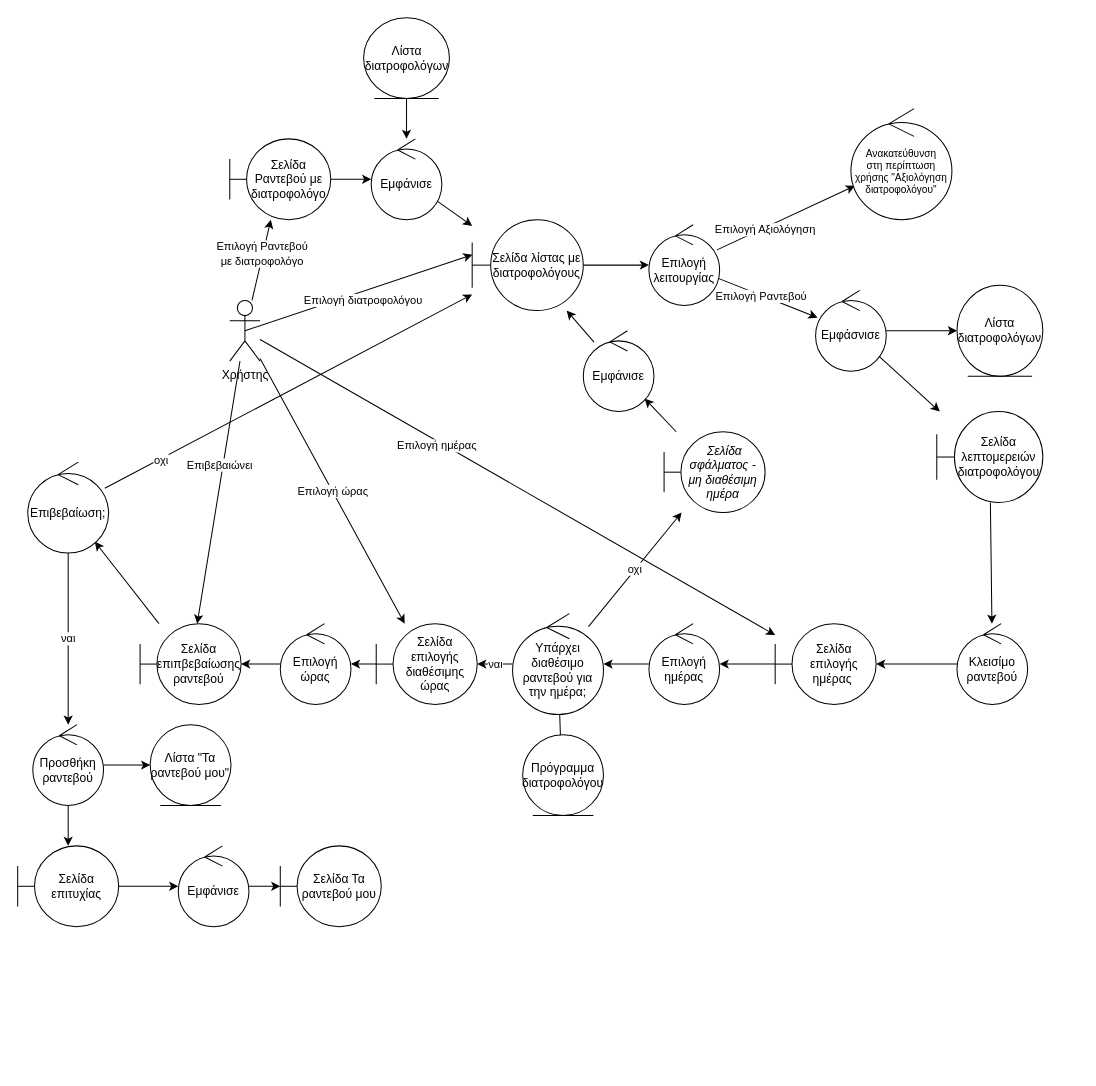
Earlier version of the draw.io diagram ΤΡΙΤΟ ΠΑΡΑΔΟΤΕΟ/Robustness-diagrams_v0.1/rd_ραντεβού_με_διατροφολόγο.drawio (Dionkaps/Eu-Zin). Source tidied: cells renumbered, new cells numbered last; positions are measured from the earlier drawing's top-left corner, leaving out a move shared by most shapes. Both pictures are drawn from the tidied source at 101%, with x=0, y=0 at pixel (17, 17).
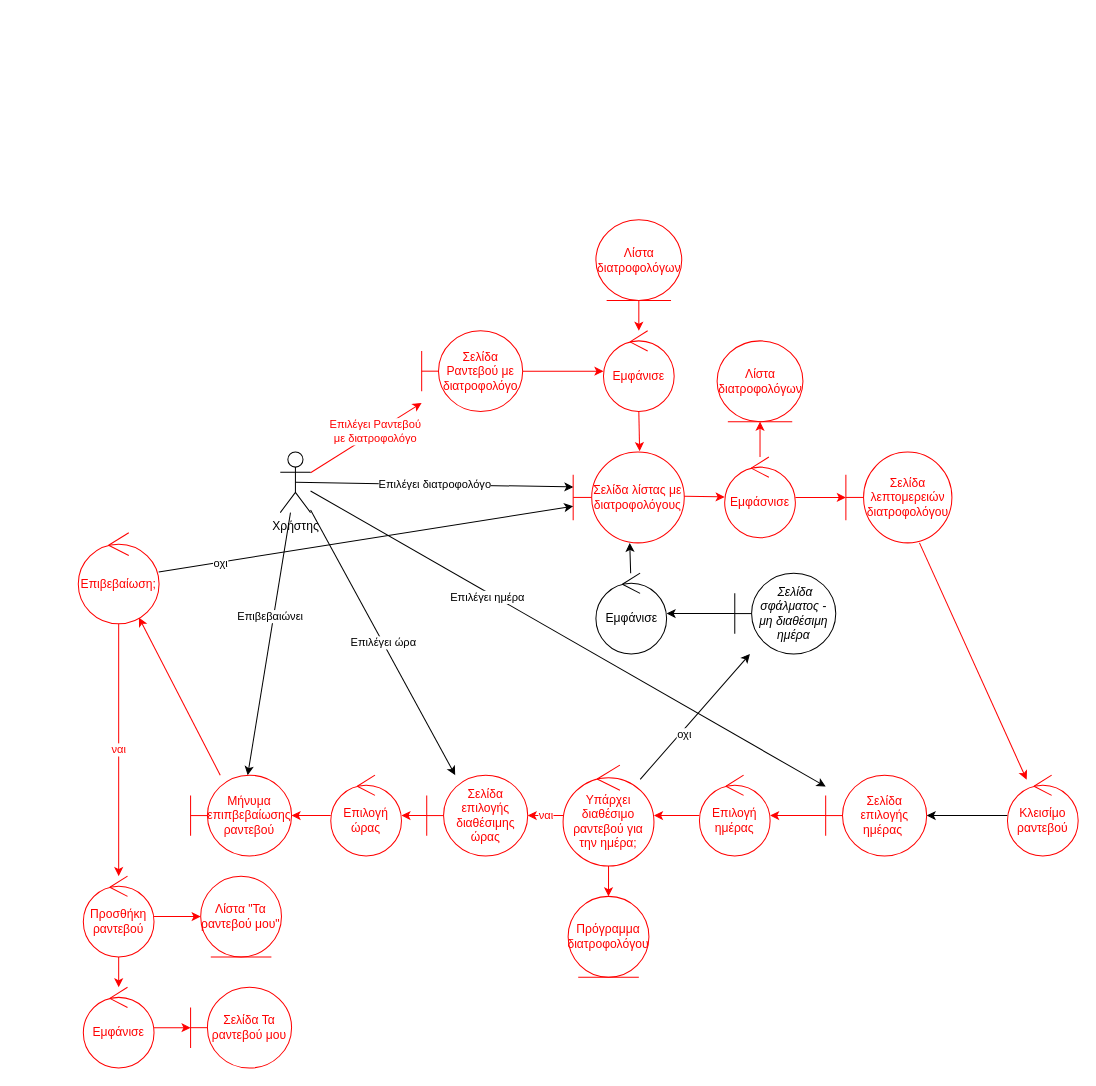
Above is the later version.

The change refers to these unchanged cells:
```xml
<mxCell id="4" style="rounded=0;jettySize=auto;html=1;exitX=0.5;exitY=0.5;exitDx=0;exitDy=0;exitPerimeter=0;entryX=0.002;entryY=0.385;entryDx=0;entryDy=0;entryPerimeter=0;" parent="1" edge="1" source="11" target="19">
  <mxGeometry relative="1" as="geometry" />
</mxCell>
<mxCell id="6" style="rounded=0;jettySize=auto;html=1;" parent="1" edge="1" source="11" target="35">
  <mxGeometry relative="1" as="geometry" />
</mxCell>
```

Diff of the diagram source:
```diff
@@
-    <mxCell id="2" style="rounded=0;jettySize=auto;html=1;" parent="1" edge="1" source="11" target="13">
+    <mxCell id="2" style="rounded=0;jettySize=auto;html=1;strokeColor=#FF0000;" parent="1" edge="1" source="11" target="13">
       <mxGeometry relative="1" as="geometry" />
     </mxCell>
-    <mxCell id="3" value="Επιλογή Ραντεβού &lt;br&gt;με διατροφολόγο" style="edgeLabel;html=1;align=center;verticalAlign=middle;" parent="2" vertex="1">
+    <mxCell id="3" value="&lt;font color=&quot;#ff0000&quot;&gt;Επιλέγει Ραντεβού &lt;br&gt;με διατροφολόγο&lt;/font&gt;" style="edgeLabel;html=1;align=center;verticalAlign=middle;" parent="2" vertex="1">
       <mxGeometry x="0.17" y="1" relative="1" as="geometry" />
     </mxCell>
@@
-    <mxCell id="5" value="Επιλογή διατροφολόγου" style="edgeLabel;html=1;align=center;verticalAlign=middle;" parent="4" vertex="1">
+    <mxCell id="5" value="Επιλέγει διατροφολόγο" style="edgeLabel;html=1;align=center;verticalAlign=middle;" parent="4" vertex="1">
       <mxGeometry x="-0.18" relative="1" as="geometry">
         <mxPoint x="25" as="offset" />
       </mxGeometry>
     </mxCell>
@@
-    <mxCell id="7" value="Επιλογή ημέρας" style="edgeLabel;html=1;align=center;verticalAlign=middle;" parent="6" vertex="1">
+    <mxCell id="7" value="Επιλέγει ημέρα" style="edgeLabel;html=1;align=center;verticalAlign=middle;" parent="6" vertex="1">
       <mxGeometry x="-0.31" y="-3" relative="1" as="geometry">
         <mxPoint y="1" as="offset" />
       </mxGeometry>
     </mxCell>
-    <mxCell id="8" value="Επιλογή ώρας" style="rounded=0;jettySize=auto;html=1;" parent="1" edge="1" source="11" target="48">
+    <mxCell id="8" value="Επιλέγει ώρα" style="rounded=0;jettySize=auto;html=1;" parent="1" edge="1" source="11" target="48">
       <mxGeometry relative="1" as="geometry" />
     </mxCell>
@@
     <mxCell id="11" value="Χρήστης" style="shape=umlActor;verticalLabelPosition=bottom;verticalAlign=top;html=1;" parent="1" vertex="1">
-      <mxGeometry x="210" y="280" width="30" height="60" as="geometry" />
+      <mxGeometry x="260" y="430" width="30" height="60" as="geometry" />
     </mxCell>
-    <mxCell id="12" style="rounded=0;jettySize=auto;html=1;" parent="1" edge="1" source="13" target="15">
+    <mxCell id="12" style="rounded=0;jettySize=auto;html=1;strokeColor=#FF0000;" parent="1" edge="1" source="13" target="15">
       <mxGeometry relative="1" as="geometry" />
     </mxCell>
-    <mxCell id="13" value="Σελίδα Ραντεβού με διατροφολόγο" style="shape=umlBoundary;whiteSpace=wrap;html=1;" parent="1" vertex="1">
-      <mxGeometry x="210" y="120" width="100" height="80" as="geometry" />
+    <mxCell id="13" value="&lt;font color=&quot;#ff0000&quot;&gt;Σελίδα Ραντεβού με διατροφολόγο&lt;/font&gt;" style="shape=umlBoundary;whiteSpace=wrap;html=1;strokeColor=#ff0000;" parent="1" vertex="1">
+      <mxGeometry x="400" y="310" width="100" height="80" as="geometry" />
     </mxCell>
-    <mxCell id="14" style="rounded=0;jettySize=auto;html=1;" parent="1" edge="1" source="15" target="19">
+    <mxCell id="14" style="rounded=0;jettySize=auto;html=1;entryX=0.598;entryY=-0.009;entryDx=0;entryDy=0;entryPerimeter=0;strokeColor=#FF0000;" parent="1" edge="1" source="15" target="19">
       <mxGeometry relative="1" as="geometry" />
     </mxCell>
-    <mxCell id="15" value="Εμφάνισε" style="ellipse;shape=umlControl;whiteSpace=wrap;html=1;" parent="1" vertex="1">
-      <mxGeometry x="350" y="120" width="70" height="80" as="geometry" />
+    <mxCell id="15" value="&lt;font color=&quot;#ff0000&quot;&gt;Εμφάνισε&lt;/font&gt;" style="ellipse;shape=umlControl;whiteSpace=wrap;html=1;strokeColor=#ff0000;" parent="1" vertex="1">
+      <mxGeometry x="580" y="310" width="70" height="80" as="geometry" />
     </mxCell>
-    <mxCell id="16" style="rounded=0;jettySize=auto;html=1;" parent="1" edge="1" source="17" target="15">
+    <mxCell id="16" style="rounded=0;jettySize=auto;html=1;strokeColor=#FF0000;" parent="1" edge="1" source="17" target="15">
       <mxGeometry relative="1" as="geometry" />
     </mxCell>
-    <mxCell id="17" value="Λίστα διατροφολόγων" style="ellipse;shape=umlEntity;whiteSpace=wrap;html=1;" parent="1" vertex="1">
-      <mxGeometry x="342.5" width="85" height="80" as="geometry" />
+    <mxCell id="17" value="&lt;font color=&quot;#ff0000&quot;&gt;Λίστα διατροφολόγων&lt;/font&gt;" style="ellipse;shape=umlEntity;whiteSpace=wrap;html=1;strokeColor=#FF0000;" parent="1" vertex="1">
+      <mxGeometry x="572.5" y="200" width="85" height="80" as="geometry" />
     </mxCell>
-    <mxCell id="18" style="rounded=0;jettySize=auto;html=1;" parent="1" edge="1" source="19" target="24">
-      <mxGeometry relative="1" as="geometry" />
-    </mxCell>
-    <mxCell id="19" value="Σελίδα λίστας με διατροφολόγους" style="shape=umlBoundary;whiteSpace=wrap;html=1;" parent="1" vertex="1">
-      <mxGeometry x="450" y="200" width="110" height="90" as="geometry" />
+    <mxCell id="19" value="&lt;font color=&quot;#ff0000&quot;&gt;Σελίδα λίστας με διατροφολόγους&lt;/font&gt;" style="shape=umlBoundary;whiteSpace=wrap;html=1;strokeColor=#FF0000;" parent="1" vertex="1">
+      <mxGeometry x="550" y="430" width="110" height="90" as="geometry" />
     </mxCell>
-    <mxCell id="20" style="rounded=0;jettySize=auto;html=1;" parent="1" edge="1" source="24" target="25">
-      <mxGeometry relative="1" as="geometry" />
-    </mxCell>
-    <mxCell id="21" value="Επιλογή Αξιολόγηση" style="edgeLabel;html=1;align=center;verticalAlign=middle;" parent="20" vertex="1">
-      <mxGeometry x="-0.32" y="-1" relative="1" as="geometry" />
-    </mxCell>
-    <mxCell id="22" style="rounded=0;jettySize=auto;html=1;" parent="1" edge="1" source="24" target="30">
+    <mxCell id="22" style="rounded=0;jettySize=auto;html=1;exitX=0.999;exitY=0.488;exitDx=0;exitDy=0;exitPerimeter=0;strokeColor=#FF0000;" parent="1" edge="1" source="19" target="30">
       <mxGeometry relative="1" as="geometry" />
     </mxCell>
-    <mxCell id="23" value="Επιλογή Ραντεβού" style="edgeLabel;html=1;align=center;verticalAlign=middle;" parent="22" vertex="1">
-      <mxGeometry x="-0.13" y="-1" relative="1" as="geometry" />
-    </mxCell>
-    <mxCell id="24" value="Επιλογή λειτουργίας" style="ellipse;shape=umlControl;whiteSpace=wrap;html=1;" parent="1" vertex="1">
-      <mxGeometry x="625" y="205" width="70" height="80" as="geometry" />
-    </mxCell>
-    <mxCell id="25" value="Ανακατεύθυνση&lt;br style=&quot;font-size: 10px;&quot;&gt;στη περίπτωση χρήσης &quot;Αξιολόγηση διατροφολόγου&quot;" style="ellipse;shape=umlControl;whiteSpace=wrap;html=1;fontSize=10;" parent="1" vertex="1">
-      <mxGeometry x="825" y="90" width="100" height="110" as="geometry" />
-    </mxCell>
-    <mxCell id="26" style="rounded=0;jettySize=auto;html=1;" parent="1" edge="1" source="27" target="33">
+    <mxCell id="26" style="rounded=0;jettySize=auto;html=1;strokeColor=#FF0000;" parent="1" edge="1" source="27" target="33">
       <mxGeometry relative="1" as="geometry" />
     </mxCell>
-    <mxCell id="27" value="Σελίδα λεπτομερειών διατροφολόγου" style="shape=umlBoundary;whiteSpace=wrap;html=1;" parent="1" vertex="1">
-      <mxGeometry x="910" y="390" width="105" height="90" as="geometry" />
+    <mxCell id="27" value="&lt;font color=&quot;#ff0000&quot;&gt;Σελίδα λεπτομερειών διατροφολόγου&lt;/font&gt;" style="shape=umlBoundary;whiteSpace=wrap;html=1;strokeColor=#FF0000;" parent="1" vertex="1">
+      <mxGeometry x="820" y="430" width="105" height="90" as="geometry" />
     </mxCell>
-    <mxCell id="28" style="rounded=0;jettySize=auto;html=1;" parent="1" edge="1" source="30" target="31">
+    <mxCell id="28" style="rounded=0;jettySize=auto;html=1;strokeColor=#FF0000;" parent="1" edge="1" source="30" target="31">
       <mxGeometry relative="1" as="geometry" />
     </mxCell>
-    <mxCell id="29" style="rounded=0;jettySize=auto;html=1;" parent="1" edge="1" source="30" target="27">
+    <mxCell id="29" style="rounded=0;jettySize=auto;html=1;strokeColor=#FF0000;" parent="1" edge="1" source="30" target="27">
       <mxGeometry relative="1" as="geometry" />
     </mxCell>
-    <mxCell id="30" value="Εμφάσνισε" style="ellipse;shape=umlControl;whiteSpace=wrap;html=1;" parent="1" vertex="1">
-      <mxGeometry x="790" y="270" width="70" height="80" as="geometry" />
+    <mxCell id="30" value="&lt;font color=&quot;#ff0000&quot;&gt;Εμφάσνισε&lt;/font&gt;" style="ellipse;shape=umlControl;whiteSpace=wrap;html=1;strokeColor=#FF0000;" parent="1" vertex="1">
+      <mxGeometry x="700" y="435" width="70" height="80" as="geometry" />
     </mxCell>
-    <mxCell id="31" value="Λίστα διατροφολόγων" style="ellipse;shape=umlEntity;whiteSpace=wrap;html=1;" parent="1" vertex="1">
-      <mxGeometry x="930" y="265" width="85" height="90" as="geometry" />
+    <mxCell id="31" value="&lt;font color=&quot;#ff0000&quot;&gt;Λίστα διατροφολόγων&lt;/font&gt;" style="ellipse;shape=umlEntity;whiteSpace=wrap;html=1;strokeColor=#FF0000;" parent="1" vertex="1">
+      <mxGeometry x="692.5" y="320" width="85" height="80" as="geometry" />
     </mxCell>
@@
-    <mxCell id="33" value="Κλεισίμο ραντεβού" style="ellipse;shape=umlControl;whiteSpace=wrap;html=1;" parent="1" vertex="1">
-      <mxGeometry x="930" y="600" width="70" height="80" as="geometry" />
+    <mxCell id="33" value="&lt;font color=&quot;#ff0000&quot;&gt;Κλεισίμο ραντεβού&lt;/font&gt;" style="ellipse;shape=umlControl;whiteSpace=wrap;html=1;strokeColor=#FF0000;" parent="1" vertex="1">
+      <mxGeometry x="980" y="750" width="70" height="80" as="geometry" />
     </mxCell>
-    <mxCell id="34" style="edgeStyle=orthogonalEdgeStyle;rounded=0;jettySize=auto;html=1;" parent="1" edge="1" source="35" target="37">
+    <mxCell id="34" style="edgeStyle=orthogonalEdgeStyle;rounded=0;jettySize=auto;html=1;strokeColor=#FF0000;" parent="1" edge="1" source="35" target="37">
       <mxGeometry relative="1" as="geometry" />
     </mxCell>
-    <mxCell id="35" value="Σελίδα επιλογής ημέρας&amp;nbsp;" style="shape=umlBoundary;whiteSpace=wrap;html=1;" parent="1" vertex="1">
-      <mxGeometry x="750" y="600" width="100" height="80" as="geometry" />
+    <mxCell id="35" value="&lt;font color=&quot;#ff0000&quot;&gt;Σελίδα επιλογής ημέρας&amp;nbsp;&lt;/font&gt;" style="shape=umlBoundary;whiteSpace=wrap;html=1;strokeColor=#FF0000;" parent="1" vertex="1">
+      <mxGeometry x="800" y="750" width="100" height="80" as="geometry" />
     </mxCell>
-    <mxCell id="36" style="edgeStyle=orthogonalEdgeStyle;rounded=0;jettySize=auto;html=1;" parent="1" edge="1" source="37" target="41">
+    <mxCell id="36" style="edgeStyle=orthogonalEdgeStyle;rounded=0;jettySize=auto;html=1;strokeColor=#FF0000;" parent="1" edge="1" source="37" target="41">
       <mxGeometry relative="1" as="geometry" />
     </mxCell>
-    <mxCell id="37" value="Επιλογή ημέρας" style="ellipse;shape=umlControl;whiteSpace=wrap;html=1;" parent="1" vertex="1">
-      <mxGeometry x="625" y="600" width="70" height="80" as="geometry" />
+    <mxCell id="37" value="&lt;font color=&quot;#ff0000&quot;&gt;Επιλογή ημέρας&lt;/font&gt;" style="ellipse;shape=umlControl;whiteSpace=wrap;html=1;strokeColor=#FF0000;" parent="1" vertex="1">
+      <mxGeometry x="675" y="750" width="70" height="80" as="geometry" />
     </mxCell>
-    <mxCell id="38" style="rounded=0;jettySize=auto;html=1;entryX=0.5;entryY=1;entryDx=0;entryDy=0;" parent="1" edge="1" source="41" target="42">
+    <mxCell id="38" style="rounded=0;jettySize=auto;html=1;entryX=0.5;entryY=0;entryDx=0;entryDy=0;endArrow=classic;endFill=1;strokeColor=#FF0000;" parent="1" edge="1" source="41" target="42">
       <mxGeometry relative="1" as="geometry" />
     </mxCell>
     <mxCell id="39" value="οχι" style="rounded=0;jettySize=auto;html=1;" parent="1" edge="1" source="41" target="44">
-      <mxGeometry relative="1" as="geometry" />
+      <mxGeometry x="-0.25" y="-4" relative="1" as="geometry" />
     </mxCell>
-    <mxCell id="40" value="ναι" style="edgeStyle=orthogonalEdgeStyle;rounded=0;jettySize=auto;html=1;" parent="1" edge="1" source="41" target="48">
+    <mxCell id="40" value="&lt;font color=&quot;#ff0000&quot;&gt;ναι&lt;/font&gt;" style="edgeStyle=orthogonalEdgeStyle;rounded=0;jettySize=auto;html=1;strokeColor=#FF0000;" parent="1" edge="1" source="41" target="48">
       <mxGeometry relative="1" as="geometry" />
     </mxCell>
-    <mxCell id="41" value="Υπάρχει διαθέσιμο ραντεβού για την ημέρα;" style="ellipse;shape=umlControl;whiteSpace=wrap;html=1;" parent="1" vertex="1">
-      <mxGeometry x="490" y="590" width="90" height="100" as="geometry" />
+    <mxCell id="41" value="&lt;font color=&quot;#ff0000&quot;&gt;Υπάρχει διαθέσιμο ραντεβού για την ημέρα;&lt;/font&gt;" style="ellipse;shape=umlControl;whiteSpace=wrap;html=1;strokeColor=#FF0000;" parent="1" vertex="1">
+      <mxGeometry x="540" y="740" width="90" height="100" as="geometry" />
     </mxCell>
-    <mxCell id="42" value="Πρόγραμμα διατροφολόγου" style="ellipse;shape=umlEntity;whiteSpace=wrap;html=1;" parent="1" vertex="1">
-      <mxGeometry x="500" y="710" width="80" height="80" as="geometry" />
+    <mxCell id="42" value="&lt;font color=&quot;#ff0000&quot;&gt;Πρόγραμμα διατροφολόγου&lt;/font&gt;" style="ellipse;shape=umlEntity;whiteSpace=wrap;html=1;strokeColor=#FF0000;" parent="1" vertex="1">
+      <mxGeometry x="545" y="870" width="80" height="80" as="geometry" />
     </mxCell>
@@
     <mxCell id="44" value="&lt;i&gt;&amp;nbsp;Σελίδα σφάλματος - μη διαθέσιμη ημέρα&lt;/i&gt;" style="shape=umlBoundary;whiteSpace=wrap;html=1;" parent="1" vertex="1">
-      <mxGeometry x="640" y="410" width="100" height="80" as="geometry" />
+      <mxGeometry x="710" y="550" width="100" height="80" as="geometry" />
     </mxCell>
@@
     <mxCell id="46" value="Εμφάνισε" style="ellipse;shape=umlControl;whiteSpace=wrap;html=1;" parent="1" vertex="1">
-      <mxGeometry x="560" y="310" width="70" height="80" as="geometry" />
+      <mxGeometry x="572.5" y="550" width="70" height="80" as="geometry" />
     </mxCell>
-    <mxCell id="47" style="edgeStyle=orthogonalEdgeStyle;rounded=0;jettySize=auto;html=1;" parent="1" edge="1" source="48" target="50">
+    <mxCell id="47" style="edgeStyle=orthogonalEdgeStyle;rounded=0;jettySize=auto;html=1;strokeColor=#FF0000;" parent="1" edge="1" source="48" target="50">
       <mxGeometry relative="1" as="geometry" />
     </mxCell>
-    <mxCell id="48" value="Σελίδα επιλογής διαθέσιμης ώρας" style="shape=umlBoundary;whiteSpace=wrap;html=1;" parent="1" vertex="1">
-      <mxGeometry x="355" y="600" width="100" height="80" as="geometry" />
+    <mxCell id="48" value="&lt;font color=&quot;#ff0000&quot;&gt;Σελίδα επιλογής διαθέσιμης ώρας&lt;/font&gt;" style="shape=umlBoundary;whiteSpace=wrap;html=1;strokeColor=#FF0000;" parent="1" vertex="1">
+      <mxGeometry x="405" y="750" width="100" height="80" as="geometry" />
     </mxCell>
-    <mxCell id="49" style="edgeStyle=orthogonalEdgeStyle;rounded=0;jettySize=auto;html=1;" parent="1" edge="1" source="50" target="52">
+    <mxCell id="49" style="edgeStyle=orthogonalEdgeStyle;rounded=0;jettySize=auto;html=1;strokeColor=#FF0000;" parent="1" edge="1" source="50" target="52">
       <mxGeometry relative="1" as="geometry" />
     </mxCell>
-    <mxCell id="50" value="Επιλογή ώρας" style="ellipse;shape=umlControl;whiteSpace=wrap;html=1;" parent="1" vertex="1">
-      <mxGeometry x="260" y="600" width="70" height="80" as="geometry" />
+    <mxCell id="50" value="&lt;font color=&quot;#ff0000&quot;&gt;Επιλογή ώρας&lt;/font&gt;" style="ellipse;shape=umlControl;whiteSpace=wrap;html=1;strokeColor=#FF0000;" parent="1" vertex="1">
+      <mxGeometry x="310" y="750" width="70" height="80" as="geometry" />
     </mxCell>
-    <mxCell id="51" style="rounded=0;jettySize=auto;html=1;" parent="1" edge="1" source="52" target="56">
+    <mxCell id="51" style="rounded=0;jettySize=auto;html=1;strokeColor=#FF0000;" parent="1" edge="1" source="52" target="56">
       <mxGeometry relative="1" as="geometry" />
     </mxCell>
-    <mxCell id="52" value="Σελίδα επιπβεβαίωσης ραντεβού" style="shape=umlBoundary;whiteSpace=wrap;html=1;" parent="1" vertex="1">
-      <mxGeometry x="121.2" y="600" width="100" height="80" as="geometry" />
+    <mxCell id="52" value="&lt;font color=&quot;#ff0000&quot;&gt;Μήνυμα επιπβεβαίωσης ραντεβού&lt;/font&gt;" style="shape=umlBoundary;whiteSpace=wrap;html=1;strokeColor=#FF0000;" parent="1" vertex="1">
+      <mxGeometry x="171.2" y="750" width="100" height="80" as="geometry" />
     </mxCell>
@@
-    <mxCell id="55" value="ναι" style="edgeStyle=orthogonalEdgeStyle;rounded=0;jettySize=auto;html=1;" parent="1" edge="1" source="56" target="59">
+    <mxCell id="55" value="&lt;font color=&quot;#ff0000&quot;&gt;ναι&lt;/font&gt;" style="edgeStyle=orthogonalEdgeStyle;rounded=0;jettySize=auto;html=1;strokeColor=#FF0000;" parent="1" edge="1" source="56" target="59">
       <mxGeometry relative="1" as="geometry" />
     </mxCell>
-    <mxCell id="56" value="Επιβεβαίωση;" style="ellipse;shape=umlControl;whiteSpace=wrap;html=1;" parent="1" vertex="1">
-      <mxGeometry x="10" y="440" width="80" height="90" as="geometry" />
+    <mxCell id="56" value="&lt;font color=&quot;#ff0000&quot;&gt;Επιβεβαίωση;&lt;/font&gt;" style="ellipse;shape=umlControl;whiteSpace=wrap;html=1;strokeColor=#FF0000;" parent="1" vertex="1">
+      <mxGeometry x="60" y="510" width="80" height="90" as="geometry" />
     </mxCell>
-    <mxCell id="57" style="edgeStyle=orthogonalEdgeStyle;rounded=0;jettySize=auto;html=1;" parent="1" edge="1" source="59" target="60">
+    <mxCell id="57" style="edgeStyle=orthogonalEdgeStyle;rounded=0;jettySize=auto;html=1;strokeColor=#FF0000;" parent="1" edge="1" source="59" target="60">
       <mxGeometry relative="1" as="geometry" />
     </mxCell>
-    <mxCell id="58" style="edgeStyle=orthogonalEdgeStyle;rounded=0;jettySize=auto;html=1;" parent="1" edge="1" source="59" target="62">
-      <mxGeometry relative="1" as="geometry" />
-    </mxCell>
+    <mxCell id="66" style="edgeStyle=none;rounded=0;jettySize=auto;html=1;strokeColor=#FF0000;fontColor=#FF0000;" parent="1" edge="1" source="59" target="64">
+      <mxGeometry relative="1" as="geometry" />
+    </mxCell>
-    <mxCell id="59" value="Προσθήκη ραντεβού" style="ellipse;shape=umlControl;whiteSpace=wrap;html=1;" parent="1" vertex="1">
-      <mxGeometry x="15" y="700" width="70" height="80" as="geometry" />
+    <mxCell id="59" value="&lt;font color=&quot;#ff0000&quot;&gt;Προσθήκη ραντεβού&lt;/font&gt;" style="ellipse;shape=umlControl;whiteSpace=wrap;html=1;strokeColor=#FF0000;" parent="1" vertex="1">
+      <mxGeometry x="65" y="850" width="70" height="80" as="geometry" />
     </mxCell>
-    <mxCell id="60" value="Λίστα &quot;Τα ραντεβού μου&quot;" style="ellipse;shape=umlEntity;whiteSpace=wrap;html=1;" parent="1" vertex="1">
-      <mxGeometry x="131.2" y="700" width="80" height="80" as="geometry" />
+    <mxCell id="60" value="&lt;font color=&quot;#ff0000&quot;&gt;Λίστα &quot;Τα ραντεβού μου&quot;&lt;/font&gt;" style="ellipse;shape=umlEntity;whiteSpace=wrap;html=1;strokeColor=#FF0000;" parent="1" vertex="1">
+      <mxGeometry x="181.2" y="850" width="80" height="80" as="geometry" />
     </mxCell>
-    <mxCell id="61" style="edgeStyle=orthogonalEdgeStyle;rounded=0;jettySize=auto;html=1;" parent="1" edge="1" source="62" target="64">
-      <mxGeometry relative="1" as="geometry" />
-    </mxCell>
-    <mxCell id="62" value="Σελίδα επιτυχίας" style="shape=umlBoundary;whiteSpace=wrap;html=1;" parent="1" vertex="1">
-      <mxGeometry y="820" width="100" height="80" as="geometry" />
-    </mxCell>
-    <mxCell id="63" style="edgeStyle=orthogonalEdgeStyle;rounded=0;jettySize=auto;html=1;" parent="1" edge="1" source="64" target="65">
+    <mxCell id="63" style="edgeStyle=orthogonalEdgeStyle;rounded=0;jettySize=auto;html=1;strokeColor=#FF0000;" parent="1" edge="1" source="64" target="65">
       <mxGeometry relative="1" as="geometry" />
     </mxCell>
-    <mxCell id="64" value="Εμφάνισε" style="ellipse;shape=umlControl;whiteSpace=wrap;html=1;" parent="1" vertex="1">
-      <mxGeometry x="159" y="820" width="70" height="80" as="geometry" />
+    <mxCell id="64" value="&lt;font color=&quot;#ff0000&quot;&gt;Εμφάνισε&lt;/font&gt;" style="ellipse;shape=umlControl;whiteSpace=wrap;html=1;strokeColor=#FF0000;" parent="1" vertex="1">
+      <mxGeometry x="65" y="960" width="70" height="80" as="geometry" />
     </mxCell>
-    <mxCell id="65" value="Σελίδα Τα ραντεβού μου" style="shape=umlBoundary;whiteSpace=wrap;html=1;" parent="1" vertex="1">
-      <mxGeometry x="260" y="820" width="100" height="80" as="geometry" />
+    <mxCell id="65" value="&lt;font color=&quot;#ff0000&quot;&gt;Σελίδα Τα ραντεβού μου&lt;/font&gt;" style="shape=umlBoundary;whiteSpace=wrap;html=1;strokeColor=#FF0000;" parent="1" vertex="1">
+      <mxGeometry x="171.2" y="960" width="100" height="80" as="geometry" />
     </mxCell>
```
